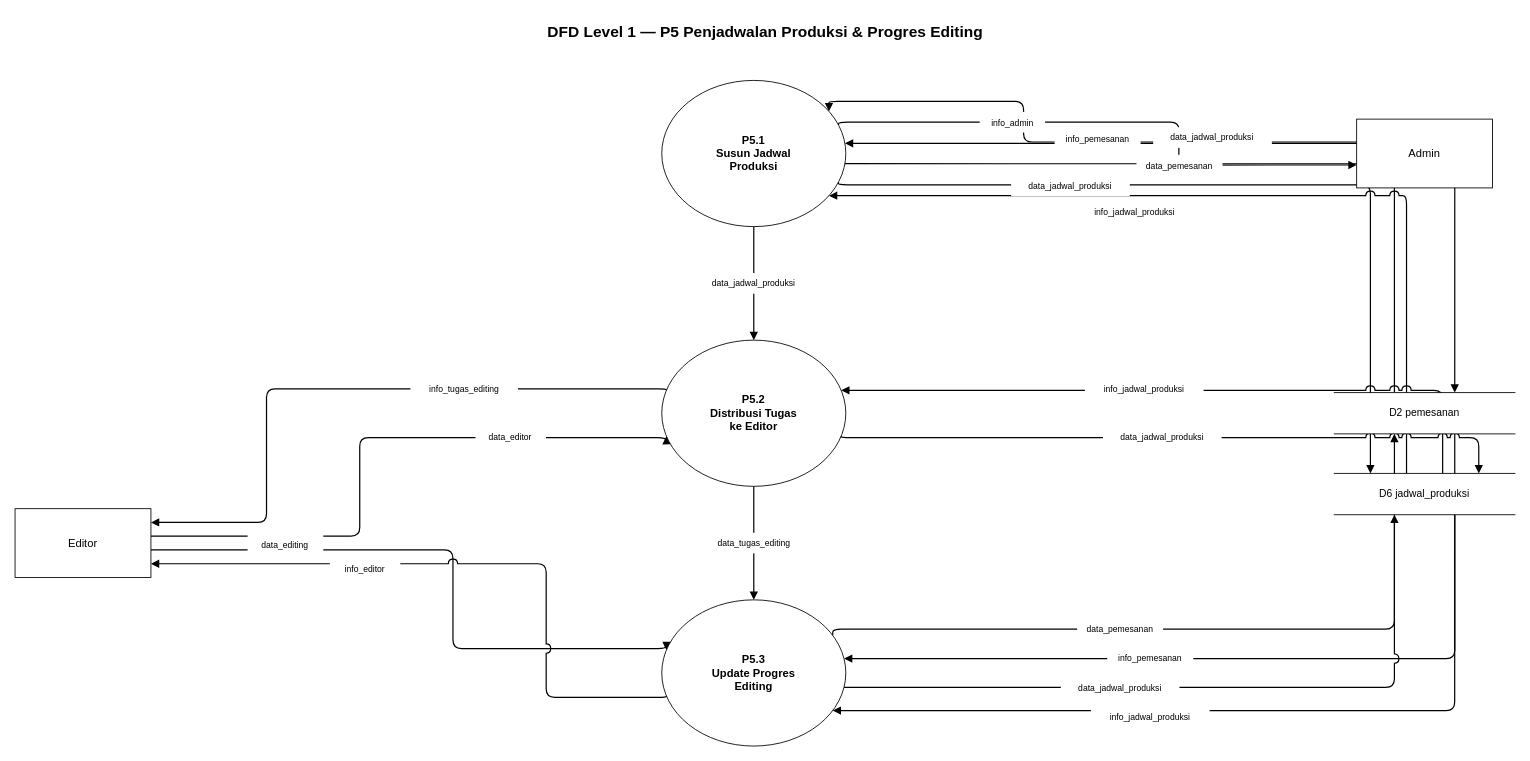
Above: generated/dfd_level1_P5.drawio in ryuken25/diagrams (draw.io), before the change. Source tidied: cells renumbered, new cells numbered last; positions are measured from the earlier drawing's top-left corner, leaving out a move shared by most shapes. Both pictures are drawn from the tidied source at 86%, with x=0, y=0 at pixel (15, 15).
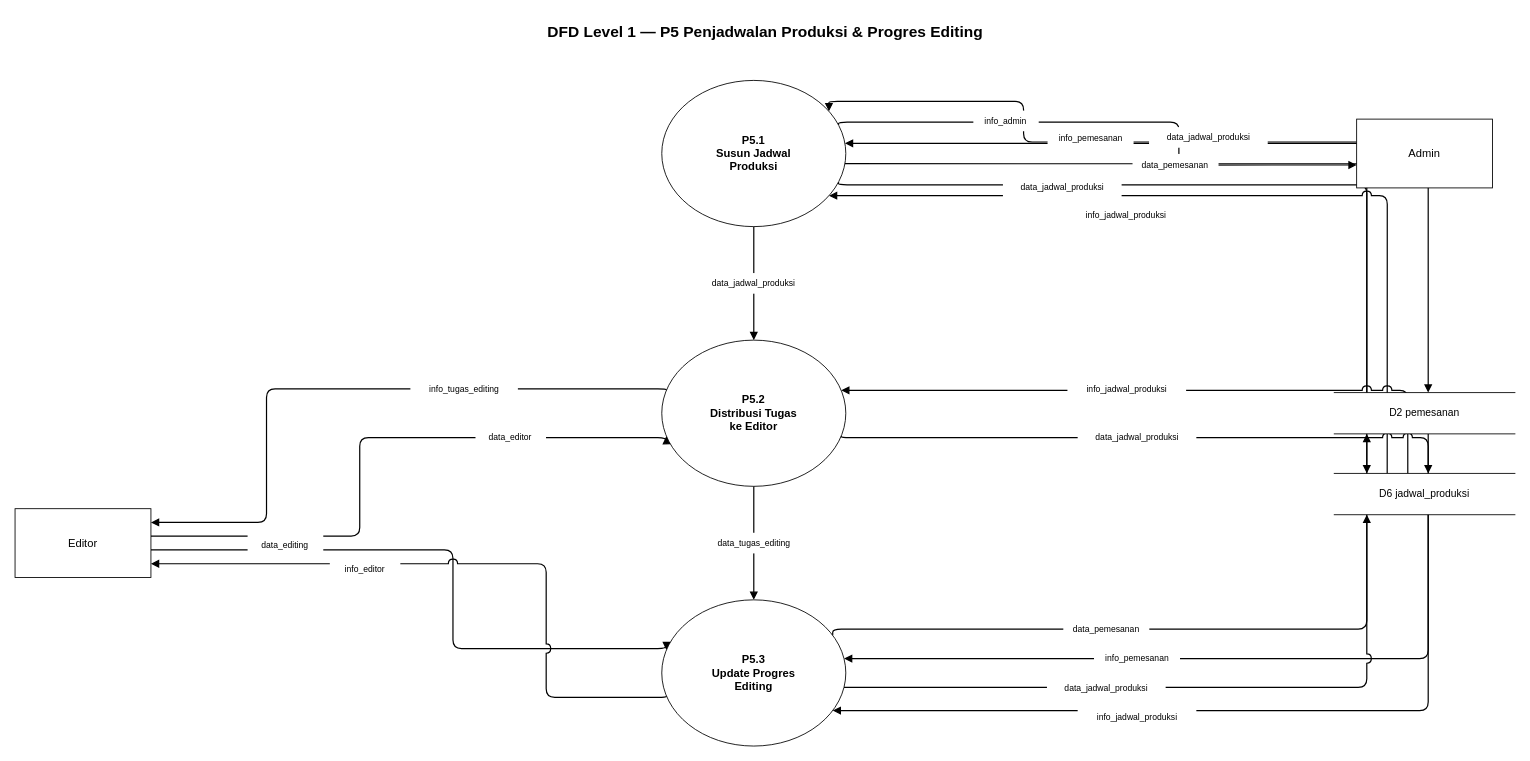
The same page after the edit.

The change refers to these unchanged cells:
```xml
<mxCell id="20" value="P5.1&#10;Susun Jadwal&#10;Produksi" style="ellipse;whiteSpace=wrap;html=1;fillColor=#FFFFFF;strokeColor=#000000;fontSize=13;fontStyle=1;verticalAlign=middle;" parent="1" vertex="1">
  <mxGeometry x="752" y="76" width="214" height="170" as="geometry" />
</mxCell>
<mxCell id="21" value="P5.2&#10;Distribusi Tugas&#10;ke Editor" style="ellipse;whiteSpace=wrap;html=1;fillColor=#FFFFFF;strokeColor=#000000;fontSize=13;fontStyle=1;verticalAlign=middle;" parent="1" vertex="1">
  <mxGeometry x="752" y="378" width="214" height="170" as="geometry" />
</mxCell>
<mxCell id="22" value="P5.3&#10;Update Progres&#10;Editing" style="ellipse;whiteSpace=wrap;html=1;fillColor=#FFFFFF;strokeColor=#000000;fontSize=13;fontStyle=1;verticalAlign=middle;" parent="1" vertex="1">
  <mxGeometry x="752" y="680" width="214" height="170" as="geometry" />
</mxCell>
<mxCell id="25" value="D2  pemesanan" style="shape=partialRectangle;top=1;bottom=1;left=0;right=0;whiteSpace=wrap;html=1;fillColor=#FFFFFF;strokeColor=#000000;fontSize=12;align=center;" parent="1" vertex="1">
  <mxGeometry x="1534" y="439" width="210" height="48" as="geometry" />
</mxCell>
<mxCell id="26" value="D6  jadwal_produksi" style="shape=partialRectangle;top=1;bottom=1;left=0;right=0;whiteSpace=wrap;html=1;fillColor=#FFFFFF;strokeColor=#000000;fontSize=12;align=center;" parent="1" vertex="1">
  <mxGeometry x="1534" y="533" width="210" height="48" as="geometry" />
</mxCell>
```

What changed in the source:
```diff
@@
-    <mxCell id="8" style="html=1;rounded=1;strokeColor=#000000;strokeWidth=1.4;endArrow=block;startArrow=none;jumpStyle=arc;jumpSize=10;edgeStyle=orthogonalEdgeStyle;exitX=0.333;exitY=0.000;entryX=1.000;entryY=0.429;exitDx=0;exitDy=0;entryDx=0;entryDy=0;" parent="1" edge="1" source="25" target="20">
+    <mxCell id="8" style="html=1;rounded=1;strokeColor=#000000;strokeWidth=1.4;endArrow=block;startArrow=none;jumpStyle=arc;jumpSize=10;edgeStyle=orthogonalEdgeStyle;exitX=0.180;exitY=0.000;entryX=1.000;entryY=0.429;exitDx=0;exitDy=0;entryDx=0;entryDy=0;" parent="1" edge="1" source="25" target="20">
       <mxGeometry relative="1" as="geometry">
         <Array as="points">
-          <mxPoint x="1604" y="439" />
-          <mxPoint x="1604" y="148.9" />
+          <mxPoint x="1571.8" y="439" />
+          <mxPoint x="1571.8" y="148.9" />
         </Array>
       </mxGeometry>
     </mxCell>
-    <mxCell id="9" style="html=1;rounded=1;strokeColor=#000000;strokeWidth=1.4;endArrow=block;startArrow=none;jumpStyle=arc;jumpSize=10;edgeStyle=orthogonalEdgeStyle;exitX=1.000;exitY=0.571;entryX=0.667;entryY=0.000;exitDx=0;exitDy=0;entryDx=0;entryDy=0;" parent="1" edge="1" source="20" target="25">
+    <mxCell id="9" style="html=1;rounded=1;strokeColor=#000000;strokeWidth=1.4;endArrow=block;startArrow=none;jumpStyle=arc;jumpSize=10;edgeStyle=orthogonalEdgeStyle;exitX=1.000;exitY=0.571;entryX=0.520;entryY=0.000;exitDx=0;exitDy=0;entryDx=0;entryDy=0;" parent="1" edge="1" source="20" target="25">
       <mxGeometry relative="1" as="geometry">
         <Array as="points">
-          <mxPoint x="1674" y="173.1" />
-          <mxPoint x="1674" y="439" />
+          <mxPoint x="1643.2" y="173.1" />
+          <mxPoint x="1643.2" y="439" />
         </Array>
       </mxGeometry>
     </mxCell>
-    <mxCell id="10" style="html=1;rounded=1;strokeColor=#000000;strokeWidth=1.4;endArrow=block;startArrow=none;jumpStyle=arc;jumpSize=10;edgeStyle=orthogonalEdgeStyle;exitX=1.000;exitY=0.200;entryX=0.333;entryY=1.000;exitDx=0;exitDy=0;entryDx=0;entryDy=0;" parent="1" edge="1" source="22" target="25">
+    <mxCell id="10" style="html=1;rounded=1;strokeColor=#000000;strokeWidth=1.4;endArrow=block;startArrow=none;jumpStyle=arc;jumpSize=10;edgeStyle=orthogonalEdgeStyle;exitX=1.000;exitY=0.200;entryX=0.180;entryY=1.000;exitDx=0;exitDy=0;entryDx=0;entryDy=0;" parent="1" edge="1" source="22" target="25">
       <mxGeometry relative="1" as="geometry">
         <Array as="points">
-          <mxPoint x="1604" y="714" />
-          <mxPoint x="1604" y="487" />
+          <mxPoint x="1571.8" y="714" />
+          <mxPoint x="1571.8" y="487" />
         </Array>
       </mxGeometry>
     </mxCell>
-    <mxCell id="11" style="html=1;rounded=1;strokeColor=#000000;strokeWidth=1.4;endArrow=block;startArrow=none;jumpStyle=arc;jumpSize=10;edgeStyle=orthogonalEdgeStyle;exitX=0.667;exitY=1.000;entryX=1.000;entryY=0.400;exitDx=0;exitDy=0;entryDx=0;entryDy=0;" parent="1" edge="1" source="25" target="22">
+    <mxCell id="11" style="html=1;rounded=1;strokeColor=#000000;strokeWidth=1.4;endArrow=block;startArrow=none;jumpStyle=arc;jumpSize=10;edgeStyle=orthogonalEdgeStyle;exitX=0.520;exitY=1.000;entryX=1.000;entryY=0.400;exitDx=0;exitDy=0;entryDx=0;entryDy=0;" parent="1" edge="1" source="25" target="22">
       <mxGeometry relative="1" as="geometry">
         <Array as="points">
-          <mxPoint x="1674" y="487" />
-          <mxPoint x="1674" y="748" />
+          <mxPoint x="1643.2" y="487" />
+          <mxPoint x="1643.2" y="748" />
         </Array>
       </mxGeometry>
     </mxCell>
-    <mxCell id="12" style="html=1;rounded=1;strokeColor=#000000;strokeWidth=1.4;endArrow=block;startArrow=none;jumpStyle=arc;jumpSize=10;edgeStyle=orthogonalEdgeStyle;exitX=1.000;exitY=0.714;entryX=0.200;entryY=0.000;exitDx=0;exitDy=0;entryDx=0;entryDy=0;" parent="1" edge="1" source="20" target="26">
+    <mxCell id="12" style="html=1;rounded=1;strokeColor=#000000;strokeWidth=1.4;endArrow=block;startArrow=none;jumpStyle=arc;jumpSize=10;edgeStyle=orthogonalEdgeStyle;exitX=1.000;exitY=0.714;entryX=0.180;entryY=0.000;exitDx=0;exitDy=0;entryDx=0;entryDy=0;" parent="1" edge="1" source="20" target="26">
       <mxGeometry relative="1" as="geometry">
         <Array as="points">
-          <mxPoint x="1576" y="197.4" />
-          <mxPoint x="1576" y="533" />
+          <mxPoint x="1571.8" y="197.4" />
+          <mxPoint x="1571.8" y="533" />
         </Array>
       </mxGeometry>
     </mxCell>
-    <mxCell id="13" style="html=1;rounded=1;strokeColor=#000000;strokeWidth=1.4;endArrow=block;startArrow=none;jumpStyle=arc;jumpSize=10;edgeStyle=orthogonalEdgeStyle;exitX=0.400;exitY=0.000;entryX=1.000;entryY=0.857;exitDx=0;exitDy=0;entryDx=0;entryDy=0;" parent="1" edge="1" source="26" target="20">
+    <mxCell id="13" style="html=1;rounded=1;strokeColor=#000000;strokeWidth=1.4;endArrow=block;startArrow=none;jumpStyle=arc;jumpSize=10;edgeStyle=orthogonalEdgeStyle;exitX=0.293;exitY=0.000;entryX=1.000;entryY=0.857;exitDx=0;exitDy=0;entryDx=0;entryDy=0;" parent="1" edge="1" source="26" target="20">
       <mxGeometry relative="1" as="geometry">
         <Array as="points">
-          <mxPoint x="1618" y="533" />
-          <mxPoint x="1618" y="221.7" />
+          <mxPoint x="1595.6" y="533" />
+          <mxPoint x="1595.6" y="221.7" />
         </Array>
       </mxGeometry>
     </mxCell>
-    <mxCell id="14" style="html=1;rounded=1;strokeColor=#000000;strokeWidth=1.4;endArrow=block;startArrow=none;jumpStyle=arc;jumpSize=10;edgeStyle=orthogonalEdgeStyle;exitX=0.600;exitY=0.000;entryX=1.000;entryY=0.333;exitDx=0;exitDy=0;entryDx=0;entryDy=0;" parent="1" edge="1" source="26" target="21">
+    <mxCell id="14" style="html=1;rounded=1;strokeColor=#000000;strokeWidth=1.4;endArrow=block;startArrow=none;jumpStyle=arc;jumpSize=10;edgeStyle=orthogonalEdgeStyle;exitX=0.407;exitY=0.000;entryX=1.000;entryY=0.333;exitDx=0;exitDy=0;entryDx=0;entryDy=0;" parent="1" edge="1" source="26" target="21">
       <mxGeometry relative="1" as="geometry">
         <Array as="points">
-          <mxPoint x="1660" y="533" />
-          <mxPoint x="1660" y="434.7" />
+          <mxPoint x="1619.4" y="533" />
+          <mxPoint x="1619.4" y="434.7" />
         </Array>
       </mxGeometry>
     </mxCell>
-    <mxCell id="15" style="html=1;rounded=1;strokeColor=#000000;strokeWidth=1.4;endArrow=block;startArrow=none;jumpStyle=arc;jumpSize=10;edgeStyle=orthogonalEdgeStyle;exitX=1.000;exitY=0.667;entryX=0.800;entryY=0.000;exitDx=0;exitDy=0;entryDx=0;entryDy=0;" parent="1" edge="1" source="21" target="26">
+    <mxCell id="15" style="html=1;rounded=1;strokeColor=#000000;strokeWidth=1.4;endArrow=block;startArrow=none;jumpStyle=arc;jumpSize=10;edgeStyle=orthogonalEdgeStyle;exitX=1.000;exitY=0.667;entryX=0.520;entryY=0.000;exitDx=0;exitDy=0;entryDx=0;entryDy=0;" parent="1" edge="1" source="21" target="26">
       <mxGeometry relative="1" as="geometry">
         <Array as="points">
-          <mxPoint x="1702" y="491.3" />
-          <mxPoint x="1702" y="533" />
+          <mxPoint x="1643.2" y="491.3" />
+          <mxPoint x="1643.2" y="533" />
         </Array>
       </mxGeometry>
     </mxCell>
-    <mxCell id="16" style="html=1;rounded=1;strokeColor=#000000;strokeWidth=1.4;endArrow=block;startArrow=none;jumpStyle=arc;jumpSize=10;edgeStyle=orthogonalEdgeStyle;exitX=1.000;exitY=0.600;entryX=0.333;entryY=1.000;exitDx=0;exitDy=0;entryDx=0;entryDy=0;" parent="1" edge="1" source="22" target="26">
+    <mxCell id="16" style="html=1;rounded=1;strokeColor=#000000;strokeWidth=1.4;endArrow=block;startArrow=none;jumpStyle=arc;jumpSize=10;edgeStyle=orthogonalEdgeStyle;exitX=1.000;exitY=0.600;entryX=0.180;entryY=1.000;exitDx=0;exitDy=0;entryDx=0;entryDy=0;" parent="1" edge="1" source="22" target="26">
       <mxGeometry relative="1" as="geometry">
         <Array as="points">
-          <mxPoint x="1604" y="782" />
-          <mxPoint x="1604" y="581" />
+          <mxPoint x="1571.8" y="782" />
+          <mxPoint x="1571.8" y="581" />
         </Array>
       </mxGeometry>
     </mxCell>
-    <mxCell id="17" style="html=1;rounded=1;strokeColor=#000000;strokeWidth=1.4;endArrow=block;startArrow=none;jumpStyle=arc;jumpSize=10;edgeStyle=orthogonalEdgeStyle;exitX=0.667;exitY=1.000;entryX=1.000;entryY=0.800;exitDx=0;exitDy=0;entryDx=0;entryDy=0;" parent="1" edge="1" source="26" target="22">
+    <mxCell id="17" style="html=1;rounded=1;strokeColor=#000000;strokeWidth=1.4;endArrow=block;startArrow=none;jumpStyle=arc;jumpSize=10;edgeStyle=orthogonalEdgeStyle;exitX=0.520;exitY=1.000;entryX=1.000;entryY=0.800;exitDx=0;exitDy=0;entryDx=0;entryDy=0;" parent="1" edge="1" source="26" target="22">
       <mxGeometry relative="1" as="geometry">
         <Array as="points">
-          <mxPoint x="1674" y="581" />
-          <mxPoint x="1674" y="816" />
+          <mxPoint x="1643.2" y="581" />
+          <mxPoint x="1643.2" y="816" />
         </Array>
       </mxGeometry>
     </mxCell>
@@
     <mxCell id="27" value="data_jadwal_produksi" style="text;html=1;align=center;verticalAlign=middle;fontSize=10;rounded=0;fillColor=#FFFFFF;strokeColor=none;whiteSpace=wrap;spacing=2;" parent="1" vertex="1">
-      <mxGeometry x="1323.4" y="130.4" width="138" height="24" as="geometry" />
+      <mxGeometry x="1318.6" y="130.3" width="138" height="24" as="geometry" />
     </mxCell>
     <mxCell id="28" value="info_admin" style="text;html=1;align=center;verticalAlign=middle;fontSize=10;rounded=0;fillColor=#FFFFFF;strokeColor=none;whiteSpace=wrap;spacing=2;" parent="1" vertex="1">
-      <mxGeometry x="1121.7" y="112.6" width="76" height="24" as="geometry" />
+      <mxGeometry x="1114.3" y="111.1" width="76" height="24" as="geometry" />
     </mxCell>
@@
     <mxCell id="33" value="info_pemesanan" style="text;html=1;align=center;verticalAlign=middle;fontSize=10;rounded=0;fillColor=#FFFFFF;strokeColor=none;whiteSpace=wrap;spacing=2;" parent="1" vertex="1">
-      <mxGeometry x="1208.8" y="132" width="100" height="24" as="geometry" />
+      <mxGeometry x="1200.6" y="130.8" width="100" height="24" as="geometry" />
     </mxCell>
     <mxCell id="34" value="data_pemesanan" style="text;html=1;align=center;verticalAlign=middle;fontSize=10;rounded=0;fillColor=#FFFFFF;strokeColor=none;whiteSpace=wrap;spacing=2;" parent="1" vertex="1">
-      <mxGeometry x="1304" y="162.5" width="100" height="24" as="geometry" />
+      <mxGeometry x="1299.4" y="161.5" width="100" height="24" as="geometry" />
     </mxCell>
     <mxCell id="35" value="data_pemesanan" style="text;html=1;align=center;verticalAlign=middle;fontSize=10;rounded=0;fillColor=#FFFFFF;strokeColor=none;whiteSpace=wrap;spacing=2;" parent="1" vertex="1">
-      <mxGeometry x="1235" y="702" width="100" height="24" as="geometry" />
+      <mxGeometry x="1218.9" y="702" width="100" height="24" as="geometry" />
     </mxCell>
     <mxCell id="36" value="info_pemesanan" style="text;html=1;align=center;verticalAlign=middle;fontSize=10;rounded=0;fillColor=#FFFFFF;strokeColor=none;whiteSpace=wrap;spacing=2;" parent="1" vertex="1">
-      <mxGeometry x="1270" y="736" width="100" height="24" as="geometry" />
+      <mxGeometry x="1254.6" y="736" width="100" height="24" as="geometry" />
     </mxCell>
     <mxCell id="37" value="data_jadwal_produksi" style="text;html=1;align=center;verticalAlign=middle;fontSize=10;rounded=0;fillColor=#FFFFFF;strokeColor=none;whiteSpace=wrap;spacing=2;" parent="1" vertex="1">
-      <mxGeometry x="1158.2" y="186.5" width="138" height="24" as="geometry" />
+      <mxGeometry x="1148.7" y="188" width="138" height="24" as="geometry" />
     </mxCell>
     <mxCell id="38" value="info_jadwal_produksi" style="text;html=1;align=center;verticalAlign=middle;fontSize=10;rounded=0;fillColor=#FFFFFF;strokeColor=none;whiteSpace=wrap;spacing=2;" parent="1" vertex="1">
-      <mxGeometry x="1232.9" y="217.1" width="138" height="24" as="geometry" />
+      <mxGeometry x="1222.6" y="219.6" width="138" height="24" as="geometry" />
     </mxCell>
     <mxCell id="39" value="info_jadwal_produksi" style="text;html=1;align=center;verticalAlign=middle;fontSize=10;rounded=0;fillColor=#FFFFFF;strokeColor=none;whiteSpace=wrap;spacing=2;" parent="1" vertex="1">
-      <mxGeometry x="1244" y="422.7" width="138" height="24" as="geometry" />
+      <mxGeometry x="1223.7" y="422.7" width="138" height="24" as="geometry" />
     </mxCell>
     <mxCell id="40" value="data_jadwal_produksi" style="text;html=1;align=center;verticalAlign=middle;fontSize=10;rounded=0;fillColor=#FFFFFF;strokeColor=none;whiteSpace=wrap;spacing=2;" parent="1" vertex="1">
-      <mxGeometry x="1265" y="479.4" width="138" height="24" as="geometry" />
+      <mxGeometry x="1235.6" y="479.4" width="138" height="24" as="geometry" />
     </mxCell>
     <mxCell id="41" value="data_jadwal_produksi" style="text;html=1;align=center;verticalAlign=middle;fontSize=10;rounded=0;fillColor=#FFFFFF;strokeColor=none;whiteSpace=wrap;spacing=2;" parent="1" vertex="1">
-      <mxGeometry x="1216" y="770" width="138" height="24" as="geometry" />
+      <mxGeometry x="1199.9" y="770" width="138" height="24" as="geometry" />
     </mxCell>
     <mxCell id="42" value="info_jadwal_produksi" style="text;html=1;align=center;verticalAlign=middle;fontSize=10;rounded=0;fillColor=#FFFFFF;strokeColor=none;whiteSpace=wrap;spacing=2;" parent="1" vertex="1">
-      <mxGeometry x="1251" y="804" width="138" height="24" as="geometry" />
+      <mxGeometry x="1235.6" y="804" width="138" height="24" as="geometry" />
     </mxCell>
```
